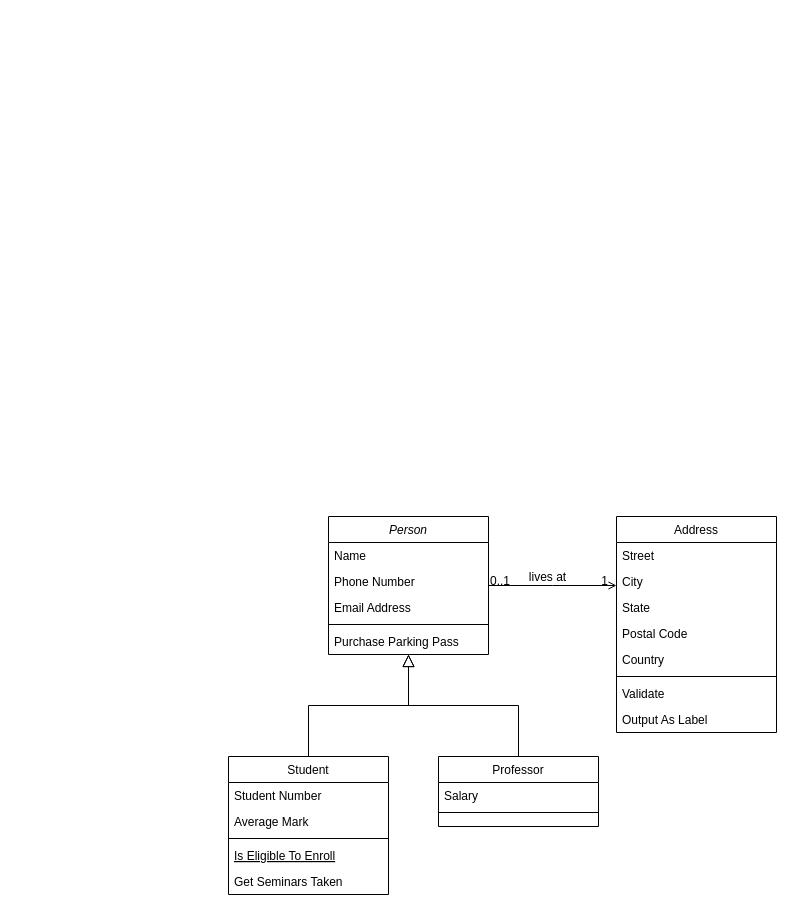
The draw.io diagram Untitled Diagram.drawio in vigonin83/my-portfolio, before the edit. Source tidied: cells renumbered, new cells numbered last; positions are measured from the earlier drawing's top-left corner, leaving out a move shared by most shapes. Both pictures are drawn from the tidied source at 100%, with x=0, y=0 at pixel (228, 516).
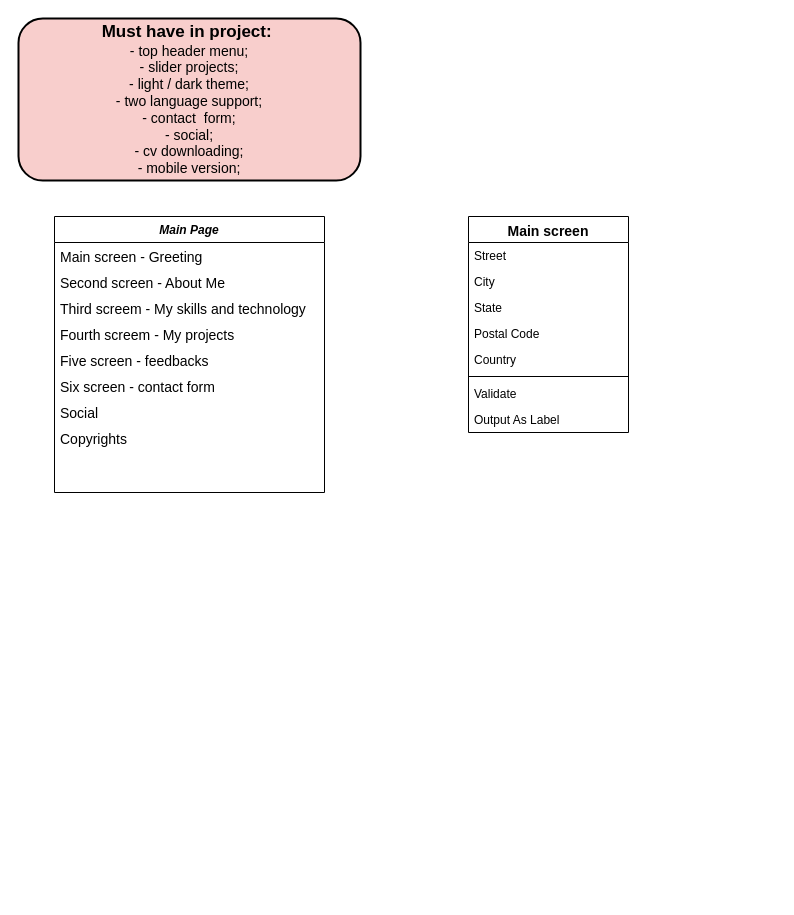
The same diagram, later.

Change to the diagram source:
```diff
@@
-    <mxCell id="2" value="Person" style="swimlane;fontStyle=2;align=center;verticalAlign=top;horizontal=1;startSize=26;rounded=0;shadow=0;strokeWidth=1;" parent="1" vertex="1">
-      <mxGeometry x="100" width="160" height="138" as="geometry" />
+    <mxCell id="2" value="Main Page" style="swimlane;fontStyle=3;align=center;verticalAlign=top;horizontal=1;startSize=26;rounded=0;shadow=0;strokeWidth=1;" parent="1" vertex="1">
+      <mxGeometry x="-174" y="-300" width="270" height="276" as="geometry" />
     </mxCell>
-    <mxCell id="3" value="Name" style="text;align=left;verticalAlign=top;spacingLeft=4;spacingRight=4;overflow=hidden;" parent="2" vertex="1">
-      <mxGeometry y="26" width="160" height="26" as="geometry" />
+    <mxCell id="3" value="Main screen - Greeting" style="text;align=left;verticalAlign=top;spacingLeft=4;spacingRight=4;overflow=hidden;fontSize=14;" parent="2" vertex="1">
+      <mxGeometry y="26" width="270" height="26" as="geometry" />
     </mxCell>
+    <mxCell id="32" value="Second screen - About Me" style="text;align=left;verticalAlign=top;spacingLeft=4;spacingRight=4;overflow=hidden;fontSize=14;" parent="2" vertex="1">
+      <mxGeometry y="52" width="270" height="26" as="geometry" />
+    </mxCell>
-    <mxCell id="4" value="Phone Number" style="text;align=left;verticalAlign=top;spacingLeft=4;spacingRight=4;overflow=hidden;rounded=0;shadow=0;html=0;" parent="2" vertex="1">
-      <mxGeometry y="52" width="160" height="26" as="geometry" />
+    <mxCell id="4" value="Third screem - My skills and technology" style="text;align=left;verticalAlign=top;spacingLeft=4;spacingRight=4;overflow=hidden;rounded=0;shadow=0;html=0;fontSize=14;" parent="2" vertex="1">
+      <mxGeometry y="78" width="270" height="26" as="geometry" />
     </mxCell>
-    <mxCell id="5" value="Email Address" style="text;align=left;verticalAlign=top;spacingLeft=4;spacingRight=4;overflow=hidden;rounded=0;shadow=0;html=0;" parent="2" vertex="1">
-      <mxGeometry y="78" width="160" height="26" as="geometry" />
-    </mxCell>
-    <mxCell id="6" style="line;html=1;strokeWidth=1;align=left;verticalAlign=middle;spacingTop=-1;spacingLeft=3;spacingRight=3;labelPosition=right;" parent="2" vertex="1">
-      <mxGeometry y="104" width="160" height="8" as="geometry" />
-    </mxCell>
+    <mxCell id="33" value="Fourth screem - My projects&#10;" style="text;align=left;verticalAlign=top;spacingLeft=4;spacingRight=4;overflow=hidden;rounded=0;shadow=0;html=0;fontSize=14;" parent="2" vertex="1">
+      <mxGeometry y="104" width="270" height="26" as="geometry" />
+    </mxCell>
-    <mxCell id="7" value="Purchase Parking Pass" style="text;align=left;verticalAlign=top;spacingLeft=4;spacingRight=4;overflow=hidden;" parent="2" vertex="1">
-      <mxGeometry y="112" width="160" height="26" as="geometry" />
+    <mxCell id="7" value="Five screen - feedbacks" style="text;align=left;verticalAlign=top;spacingLeft=4;spacingRight=4;overflow=hidden;fontSize=14;" parent="2" vertex="1">
+      <mxGeometry y="130" width="270" height="26" as="geometry" />
     </mxCell>
-    <mxCell id="8" value="Student" style="swimlane;fontStyle=0;align=center;verticalAlign=top;horizontal=1;startSize=26;rounded=0;shadow=0;strokeWidth=1;" parent="1" vertex="1">
-      <mxGeometry y="240" width="160" height="138" as="geometry" />
-    </mxCell>
-    <mxCell id="9" value="Student Number" style="text;align=left;verticalAlign=top;spacingLeft=4;spacingRight=4;overflow=hidden;" parent="8" vertex="1">
-      <mxGeometry y="26" width="160" height="26" as="geometry" />
-    </mxCell>
-    <mxCell id="10" value="Average Mark" style="text;align=left;verticalAlign=top;spacingLeft=4;spacingRight=4;overflow=hidden;rounded=0;shadow=0;html=0;" parent="8" vertex="1">
-      <mxGeometry y="52" width="160" height="26" as="geometry" />
-    </mxCell>
-    <mxCell id="11" style="line;html=1;strokeWidth=1;align=left;verticalAlign=middle;spacingTop=-1;spacingLeft=3;spacingRight=3;labelPosition=right;" parent="8" vertex="1">
-      <mxGeometry y="78" width="160" height="8" as="geometry" />
-    </mxCell>
-    <mxCell id="12" value="Is Eligible To Enroll" style="text;align=left;verticalAlign=top;spacingLeft=4;spacingRight=4;overflow=hidden;fontStyle=4;" parent="8" vertex="1">
-      <mxGeometry y="86" width="160" height="26" as="geometry" />
-    </mxCell>
-    <mxCell id="13" value="Get Seminars Taken" style="text;align=left;verticalAlign=top;spacingLeft=4;spacingRight=4;overflow=hidden;" parent="8" vertex="1">
-      <mxGeometry y="112" width="160" height="26" as="geometry" />
-    </mxCell>
-    <mxCell id="14" style="endArrow=block;endSize=10;endFill=0;shadow=0;strokeWidth=1;rounded=0;edgeStyle=elbowEdgeStyle;elbow=vertical;" parent="1" edge="1" source="8" target="2">
-      <mxGeometry relative="1" as="geometry" />
-    </mxCell>
-    <mxCell id="15" value="Professor" style="swimlane;fontStyle=0;align=center;verticalAlign=top;horizontal=1;startSize=26;rounded=0;shadow=0;strokeWidth=1;" parent="1" vertex="1">
-      <mxGeometry x="210" y="240" width="160" height="70" as="geometry" />
-    </mxCell>
-    <mxCell id="16" value="Salary" style="text;align=left;verticalAlign=top;spacingLeft=4;spacingRight=4;overflow=hidden;" parent="15" vertex="1">
-      <mxGeometry y="26" width="160" height="26" as="geometry" />
-    </mxCell>
-    <mxCell id="17" style="line;html=1;strokeWidth=1;align=left;verticalAlign=middle;spacingTop=-1;spacingLeft=3;spacingRight=3;labelPosition=right;" parent="15" vertex="1">
-      <mxGeometry y="52" width="160" height="8" as="geometry" />
-    </mxCell>
-    <mxCell id="18" style="endArrow=block;endSize=10;endFill=0;shadow=0;strokeWidth=1;rounded=0;edgeStyle=elbowEdgeStyle;elbow=vertical;" parent="1" edge="1" source="15" target="2">
-      <mxGeometry relative="1" as="geometry" />
-    </mxCell>
+    <mxCell id="34" value="Six screen - contact form&#10;" style="text;align=left;verticalAlign=top;spacingLeft=4;spacingRight=4;overflow=hidden;fontSize=14;" parent="2" vertex="1">
+      <mxGeometry y="156" width="270" height="26" as="geometry" />
+    </mxCell>
+    <mxCell id="35" value="Social" style="text;align=left;verticalAlign=top;spacingLeft=4;spacingRight=4;overflow=hidden;fontSize=14;" parent="2" vertex="1">
+      <mxGeometry y="182" width="270" height="26" as="geometry" />
+    </mxCell>
+    <mxCell id="36" value="Copyrights&#10;" style="text;align=left;verticalAlign=top;spacingLeft=4;spacingRight=4;overflow=hidden;fontSize=14;" parent="2" vertex="1">
+      <mxGeometry y="208" width="270" height="26" as="geometry" />
+    </mxCell>
-    <mxCell id="19" value="Address" style="swimlane;fontStyle=0;align=center;verticalAlign=top;horizontal=1;startSize=26;rounded=0;shadow=0;strokeWidth=1;" parent="1" vertex="1">
-      <mxGeometry x="388" width="160" height="216" as="geometry" />
+    <mxCell id="19" value="Main screen" style="swimlane;fontStyle=1;align=center;verticalAlign=top;horizontal=1;startSize=26;rounded=0;shadow=0;strokeWidth=1;fontSize=14;" parent="1" vertex="1">
+      <mxGeometry x="240" y="-300" width="160" height="216" as="geometry" />
     </mxCell>
@@
-    <mxCell id="28" style="endArrow=open;shadow=0;strokeWidth=1;rounded=0;endFill=1;edgeStyle=elbowEdgeStyle;elbow=vertical;" parent="1" edge="1" source="2" target="19">
-      <mxGeometry x="0.5" y="41" relative="1" as="geometry">
-        <mxPoint x="-40" y="32" as="offset" />
-      </mxGeometry>
-    </mxCell>
-    <mxCell id="29" value="0..1" style="align=left;verticalAlign=bottom;labelBackgroundColor=none;fontSize=12;" parent="28" vertex="1">
-      <mxGeometry x="-1" relative="1" as="geometry">
-        <mxPoint y="4" as="offset" />
-      </mxGeometry>
-    </mxCell>
-    <mxCell id="30" value="1" style="align=right;verticalAlign=bottom;labelBackgroundColor=none;fontSize=12;" parent="28" vertex="1">
-      <mxGeometry x="1" relative="1" as="geometry">
-        <mxPoint x="-7" y="4" as="offset" />
-      </mxGeometry>
-    </mxCell>
-    <mxCell id="31" value="lives at" style="text;html=1;align=center;verticalAlign=middle;labelBackgroundColor=none;rounded=0;shadow=0;strokeWidth=1;fontSize=12;" parent="28" vertex="1">
-      <mxGeometry x="0.5" y="49" relative="1" as="geometry">
-        <mxPoint x="-38" y="40" as="offset" />
-      </mxGeometry>
-    </mxCell>
+    <mxCell id="37" value="&lt;b&gt;&lt;font style=&quot;font-size: 17px;&quot;&gt;Must have in project:&amp;nbsp;&lt;/font&gt;&lt;/b&gt;&lt;br&gt;- top header menu;&lt;br&gt;- slider projects;&lt;br&gt;- light / dark theme;&lt;br&gt;- two language support;&lt;br&gt;- contact&amp;nbsp; form;&lt;br&gt;- social;&lt;br&gt;- cv downloading;&lt;br&gt;- mobile version;" style="rounded=1;whiteSpace=wrap;html=1;fontSize=14;fillColor=#f8cecc;strokeColor=default;gradientColor=none;strokeWidth=2;perimeterSpacing=1;glass=0;shadow=0;sketch=0;" parent="1" vertex="1">
+      <mxGeometry x="-210" y="-498" width="342" height="162" as="geometry" />
+    </mxCell>
```
